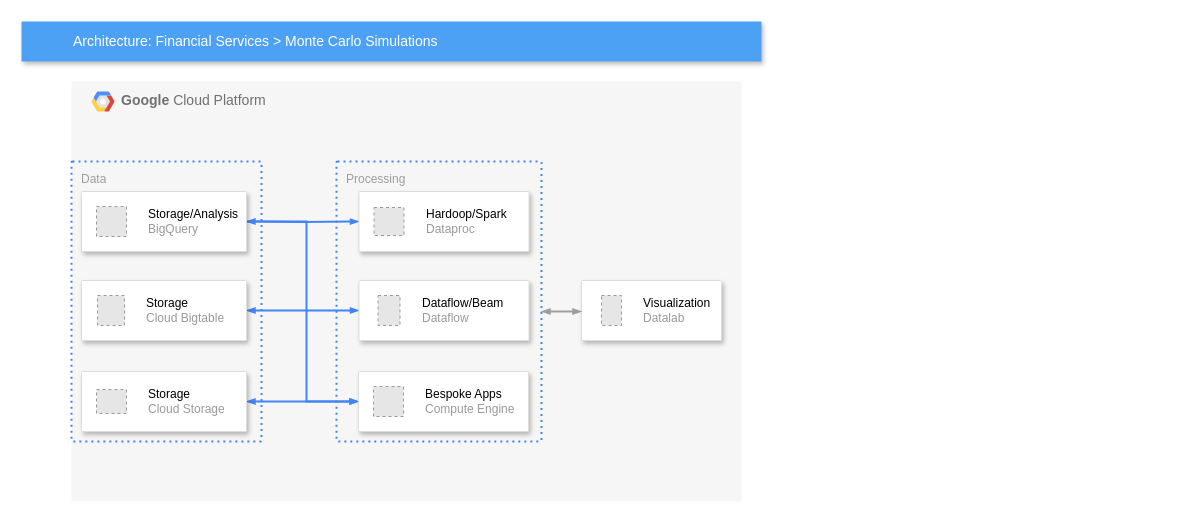
j-vinnal/j-vinnal keeps this draw.io diagram as Untitled Diagram.drawio. Above is the earlier version. Source tidied: cells renumbered, new cells numbered last; positions are measured from the earlier drawing's top-left corner, leaving out a move shared by most shapes. Both pictures are drawn from the tidied source at 100%, with x=0, y=0 at pixel (21, 21). Pictures stored in the file or linked from it are replaced by grey dashed boxes.
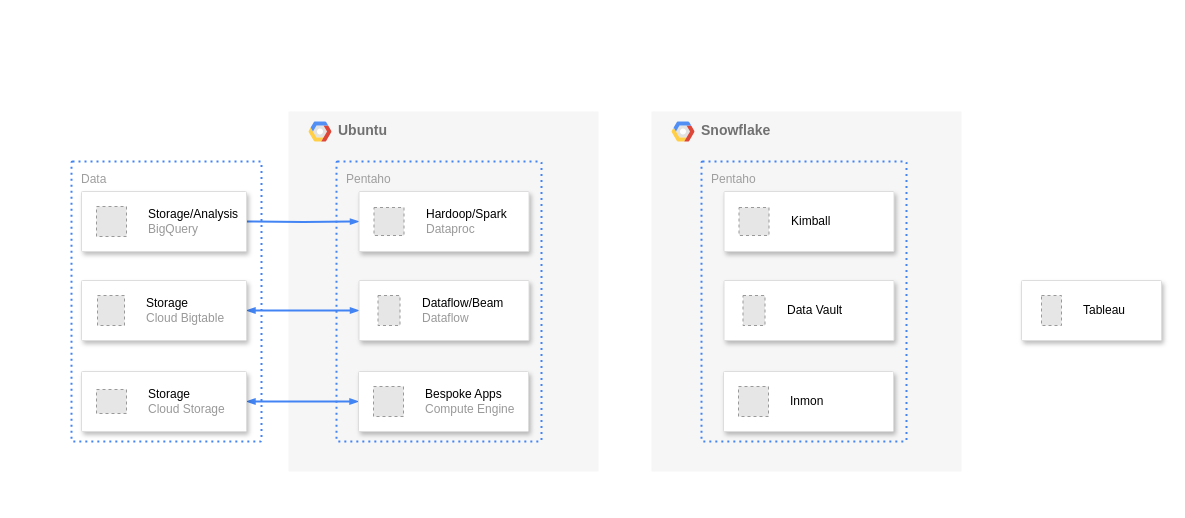
Above is the later version.

The change refers to these unchanged cells:
```xml
<mxCell id="14" style="strokeColor=#dddddd;shadow=1;strokeWidth=1;rounded=1;absoluteArcSize=1;arcSize=2;" parent="1" vertex="1">
  <mxGeometry x="60" y="170" width="165" height="60" as="geometry" />
</mxCell>
<mxCell id="24" style="strokeColor=#dddddd;shadow=1;strokeWidth=1;rounded=1;absoluteArcSize=1;arcSize=2;" parent="1" vertex="1">
  <mxGeometry x="337" y="350" width="170" height="60" as="geometry" />
</mxCell>
```

Change to the diagram source:
```diff
@@
-    <mxCell id="2" value="&lt;b&gt;Google &lt;/b&gt;Cloud Platform" style="fillColor=#F6F6F6;strokeColor=none;shadow=0;gradientColor=none;fontSize=14;align=left;spacing=10;fontColor=#717171;9E9E9E;verticalAlign=top;spacingTop=-4;fontStyle=0;spacingLeft=40;html=1;" parent="1" vertex="1">
-      <mxGeometry x="50" y="60" width="670" height="420" as="geometry" />
+    <mxCell id="2" value="&lt;b&gt;Ubuntu&lt;/b&gt;" style="fillColor=#F6F6F6;strokeColor=none;shadow=0;gradientColor=none;fontSize=14;align=left;spacing=10;fontColor=#717171;9E9E9E;verticalAlign=top;spacingTop=-4;fontStyle=0;spacingLeft=40;html=1;" parent="1" vertex="1">
+      <mxGeometry x="267" y="90" width="310" height="360" as="geometry" />
     </mxCell>
@@
-    <mxCell id="4" style="strokeColor=#dddddd;shadow=1;strokeWidth=1;rounded=1;absoluteArcSize=1;arcSize=2;" parent="2" vertex="1">
-      <mxGeometry x="510" y="199" width="140" height="60" as="geometry" />
-    </mxCell>
-    <mxCell id="5" value="&lt;font color=&quot;#000000&quot;&gt;Visualization&lt;/font&gt;&lt;br&gt;Datalab" style="fillColor=#E6E6E6;strokeColor=#999999;dashed=1;html=1;fontColor=#999999;verticalLabelPosition=middle;verticalAlign=middle;labelPosition=right;align=left;spacingLeft=20;" parent="4" vertex="1">
-      <mxGeometry width="20" height="30" relative="1" as="geometry">
-        <mxPoint x="20" y="15" as="offset" />
-      </mxGeometry>
-    </mxCell>
-    <mxCell id="6" value="Processing" style="rounded=1;absoluteArcSize=1;arcSize=2;html=1;strokeColor=#4284F3;gradientColor=none;shadow=0;dashed=1;fontSize=12;fontColor=#9E9E9E;align=left;verticalAlign=top;spacing=10;spacingTop=-4;fillColor=none;dashPattern=1 2;strokeWidth=2;" parent="1" vertex="1">
+    <mxCell id="6" value="Pentaho" style="rounded=1;absoluteArcSize=1;arcSize=2;html=1;strokeColor=#4284F3;gradientColor=none;shadow=0;dashed=1;fontSize=12;fontColor=#9E9E9E;align=left;verticalAlign=top;spacing=10;spacingTop=-4;fillColor=none;dashPattern=1 2;strokeWidth=2;" parent="1" vertex="1">
       <mxGeometry x="315" y="140" width="205" height="280" as="geometry" />
     </mxCell>
@@
-    <mxCell id="8" value="Architecture: Financial Services &amp;gt; Monte Carlo Simulations" style="fillColor=#4DA1F5;strokeColor=none;shadow=1;gradientColor=none;fontSize=14;align=left;spacingLeft=50;fontColor=#ffffff;html=1;" parent="1" vertex="1">
-      <mxGeometry width="740" height="40" as="geometry" />
-    </mxCell>
@@
-    <mxCell id="11" style="edgeStyle=orthogonalEdgeStyle;rounded=0;html=1;labelBackgroundColor=none;startFill=1;startSize=4;endArrow=blockThin;endFill=1;endSize=4;jettySize=auto;strokeColor=#9E9E9E;strokeWidth=2;fontSize=12;fontColor=#000000;align=center;dashed=0;startArrow=blockThin;" parent="1" edge="1" source="6" target="4">
-      <mxGeometry relative="1" as="geometry">
-        <Array as="points">
-          <mxPoint x="540" y="290" />
-          <mxPoint x="540" y="290" />
-        </Array>
-      </mxGeometry>
-    </mxCell>
@@
-    <mxCell id="13" style="edgeStyle=orthogonalEdgeStyle;rounded=0;html=1;labelBackgroundColor=none;startFill=1;startSize=4;endArrow=blockThin;endFill=1;endSize=4;jettySize=auto;strokeColor=#4284F3;strokeWidth=2;fontSize=12;fontColor=#000000;align=center;dashed=0;startArrow=blockThin;" parent="1" edge="1" source="14" target="24">
-      <mxGeometry relative="1" as="geometry">
-        <Array as="points">
-          <mxPoint x="285" y="200" />
-          <mxPoint x="285" y="380" />
-        </Array>
-      </mxGeometry>
-    </mxCell>
@@
+    <mxCell id="4" style="strokeColor=#dddddd;shadow=1;strokeWidth=1;rounded=1;absoluteArcSize=1;arcSize=2;" parent="1" vertex="1">
+      <mxGeometry x="1000" y="259" width="140" height="60" as="geometry" />
+    </mxCell>
+    <mxCell id="5" value="&lt;font color=&quot;#000000&quot;&gt;Tableau&lt;/font&gt;" style="fillColor=#E6E6E6;strokeColor=#999999;dashed=1;html=1;fontColor=#999999;verticalLabelPosition=middle;verticalAlign=middle;labelPosition=right;align=left;spacingLeft=20;" parent="4" vertex="1">
+      <mxGeometry width="20" height="30" relative="1" as="geometry">
+        <mxPoint x="20" y="15" as="offset" />
+      </mxGeometry>
+    </mxCell>
+    <mxCell id="26" value="&lt;b&gt;Snowflake&lt;/b&gt;" style="fillColor=#F6F6F6;strokeColor=none;shadow=0;gradientColor=none;fontSize=14;align=left;spacing=10;fontColor=#717171;9E9E9E;verticalAlign=top;spacingTop=-4;fontStyle=0;spacingLeft=40;html=1;" parent="1" vertex="1">
+      <mxGeometry x="630" y="90" width="310" height="360" as="geometry" />
+    </mxCell>
+    <mxCell id="27" style="shape=mxgraph.gcp2.google_cloud_platform;fillColor=#F6F6F6;strokeColor=none;shadow=0;gradientColor=none;" parent="26" vertex="1">
+      <mxGeometry width="23" height="20" relative="1" as="geometry">
+        <mxPoint x="20" y="10" as="offset" />
+      </mxGeometry>
+    </mxCell>
+    <mxCell id="28" value="Pentaho" style="rounded=1;absoluteArcSize=1;arcSize=2;html=1;strokeColor=#4284F3;gradientColor=none;shadow=0;dashed=1;fontSize=12;fontColor=#9E9E9E;align=left;verticalAlign=top;spacing=10;spacingTop=-4;fillColor=none;dashPattern=1 2;strokeWidth=2;" parent="1" vertex="1">
+      <mxGeometry x="680" y="140" width="205" height="280" as="geometry" />
+    </mxCell>
+    <mxCell id="29" style="strokeColor=#dddddd;shadow=1;strokeWidth=1;rounded=1;absoluteArcSize=1;arcSize=2;" parent="1" vertex="1">
+      <mxGeometry x="702.5" y="170" width="170" height="60" as="geometry" />
+    </mxCell>
+    <mxCell id="30" value="&lt;font color=&quot;#000000&quot;&gt;Kimball&lt;/font&gt;" style="fillColor=#E6E6E6;strokeColor=#999999;dashed=1;html=1;fontColor=#999999;verticalLabelPosition=middle;verticalAlign=middle;labelPosition=right;align=left;spacingLeft=20;" parent="29" vertex="1">
+      <mxGeometry width="30" height="28" relative="1" as="geometry">
+        <mxPoint x="15" y="16" as="offset" />
+      </mxGeometry>
+    </mxCell>
+    <mxCell id="31" style="strokeColor=#dddddd;shadow=1;strokeWidth=1;rounded=1;absoluteArcSize=1;arcSize=2;" parent="1" vertex="1">
+      <mxGeometry x="702.5" y="259" width="170" height="60" as="geometry" />
+    </mxCell>
+    <mxCell id="32" value="&lt;font color=&quot;#000000&quot;&gt;Data Vault&lt;/font&gt;" style="fillColor=#E6E6E6;strokeColor=#999999;dashed=1;html=1;fontColor=#999999;verticalLabelPosition=middle;verticalAlign=middle;labelPosition=right;align=left;spacingLeft=20;" parent="31" vertex="1">
+      <mxGeometry width="22" height="30" relative="1" as="geometry">
+        <mxPoint x="19" y="15" as="offset" />
+      </mxGeometry>
+    </mxCell>
+    <mxCell id="33" style="strokeColor=#dddddd;shadow=1;strokeWidth=1;rounded=1;absoluteArcSize=1;arcSize=2;" parent="1" vertex="1">
+      <mxGeometry x="702" y="350" width="170" height="60" as="geometry" />
+    </mxCell>
+    <mxCell id="34" value="&lt;font color=&quot;#000000&quot;&gt;Inmon&lt;/font&gt;" style="fillColor=#E6E6E6;strokeColor=#999999;dashed=1;html=1;fontColor=#999999;verticalLabelPosition=middle;verticalAlign=middle;labelPosition=right;align=left;spacingLeft=20;" parent="33" vertex="1">
+      <mxGeometry width="30" height="30" relative="1" as="geometry">
+        <mxPoint x="15" y="15" as="offset" />
+      </mxGeometry>
+    </mxCell>
```
